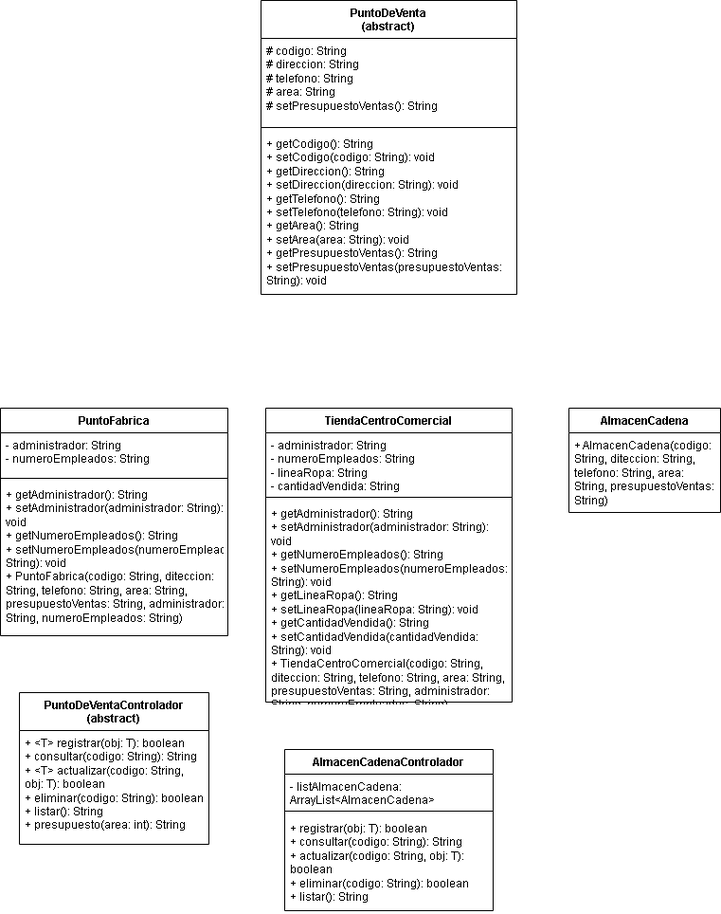
AngelDavidGutierrez/TallerFinalPunto3 keeps this draw.io diagram as TallerFinalPunto3.drawio.png. Above is the earlier version. Source tidied: cells renumbered, new cells last; positions are measured from the earlier drawing's top-left corner, leaving out a move shared by most shapes.
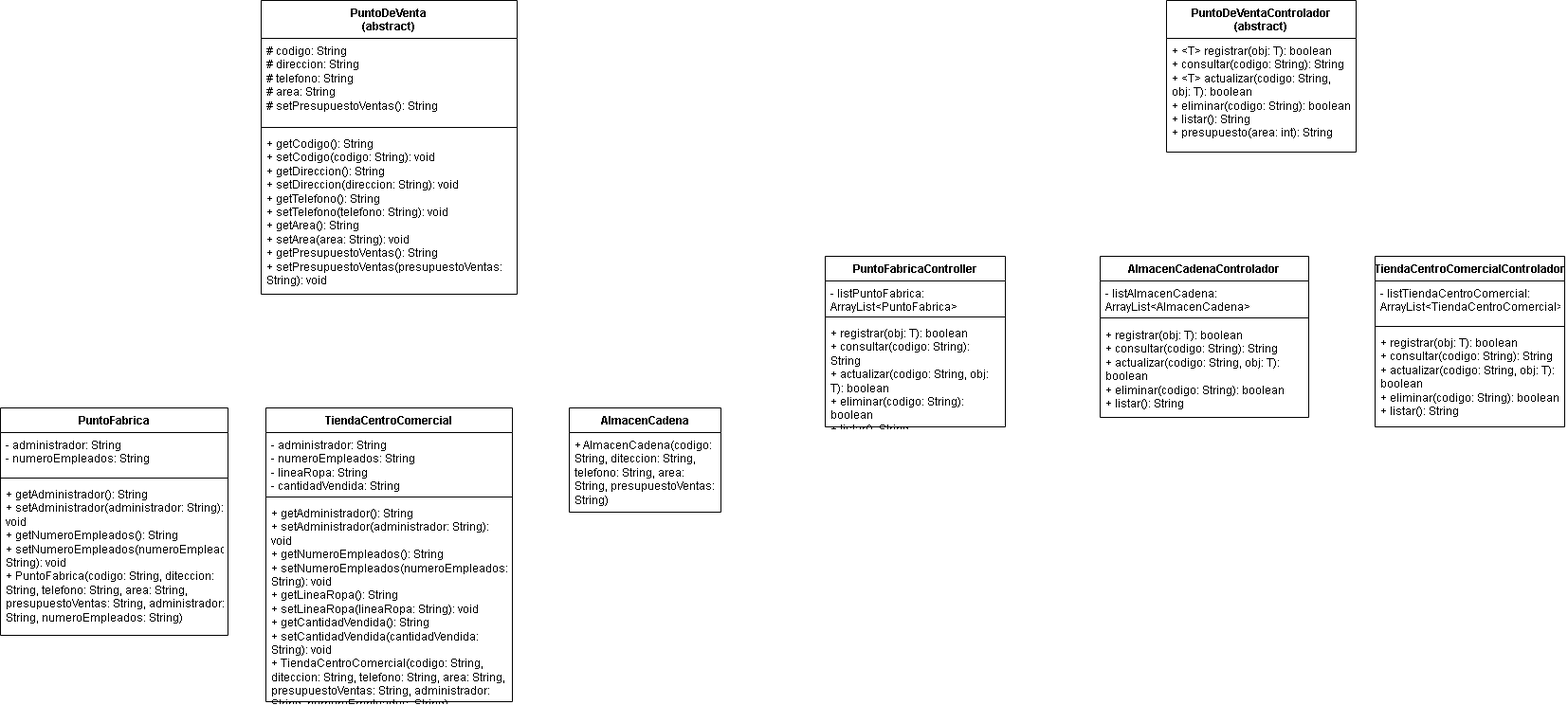
Later version of the same file.

Change to the diagram source:
```diff
@@ -45,13 +45,13 @@
       <mxGeometry y="78" width="240" height="162" as="geometry" />
     </mxCell>
     <mxCell id="16" value="PuntoDeVentaControlador&lt;div&gt;(abstract)&lt;/div&gt;" style="swimlane;fontStyle=1;align=center;verticalAlign=top;horizontal=1;startSize=40;whiteSpace=wrap;html=1;" parent="1" vertex="1">
-      <mxGeometry x="20" y="730" width="200" height="160" as="geometry" />
+      <mxGeometry x="1230" width="200" height="160" as="geometry" />
     </mxCell>
     <mxCell id="17" value="+ &amp;lt;T&amp;gt; registrar(obj: T): boolean&lt;div&gt;+ consultar(codigo: String): String&lt;/div&gt;&lt;div&gt;+ &amp;lt;T&amp;gt; actualizar(codigo: String, obj: T): boolean&lt;/div&gt;&lt;div&gt;+&amp;nbsp;eliminar(codigo: String): boolean&lt;/div&gt;&lt;div&gt;+&amp;nbsp;listar(): String&lt;/div&gt;&lt;div&gt;+&amp;nbsp;presupuesto(area: int): String&lt;/div&gt;" style="text;strokeColor=none;fillColor=none;align=left;verticalAlign=top;spacingLeft=4;spacingRight=4;overflow=hidden;whiteSpace=wrap;html=1;" parent="16" vertex="1">
       <mxGeometry y="40" width="200" height="120" as="geometry" />
     </mxCell>
     <mxCell id="18" value="AlmacenCadenaControlador" style="swimlane;fontStyle=1;align=center;verticalAlign=top;horizontal=1;startSize=26;whiteSpace=wrap;html=1;" parent="1" vertex="1">
-      <mxGeometry x="300" y="790" width="220" height="170" as="geometry" />
+      <mxGeometry x="1160" y="270" width="220" height="170" as="geometry" />
     </mxCell>
     <mxCell id="19" value="-&amp;nbsp;listAlmacenCadena: ArrayList&amp;lt;AlmacenCadena&amp;gt;" style="text;strokeColor=none;fillColor=none;align=left;verticalAlign=top;spacingLeft=4;spacingRight=4;overflow=hidden;whiteSpace=wrap;html=1;" parent="18" vertex="1">
       <mxGeometry y="26" width="220" height="34" as="geometry" />
@@ -62,5 +62,29 @@
     <mxCell id="21" value="+&amp;nbsp;registrar(obj: T): boolean&lt;div&gt;+&amp;nbsp;consultar(codigo: String): String&lt;/div&gt;&lt;div&gt;+&amp;nbsp;actualizar(codigo: String, obj: T): boolean&lt;/div&gt;&lt;div&gt;+&amp;nbsp;eliminar(codigo: String): boolean&lt;/div&gt;&lt;div&gt;+&amp;nbsp;listar(): String&lt;/div&gt;" style="text;strokeColor=none;fillColor=none;align=left;verticalAlign=top;spacingLeft=4;spacingRight=4;overflow=hidden;whiteSpace=wrap;html=1;" parent="18" vertex="1">
       <mxGeometry y="70" width="220" height="100" as="geometry" />
     </mxCell>
+    <mxCell id="22" value="TiendaCentroComercialControlador" style="swimlane;fontStyle=1;align=center;verticalAlign=top;horizontal=1;startSize=26;whiteSpace=wrap;html=1;" parent="1" vertex="1">
+      <mxGeometry x="1450" y="270" width="200" height="180" as="geometry" />
+    </mxCell>
+    <mxCell id="23" value="-&amp;nbsp;listTiendaCentroComercial: ArrayList&amp;lt;TiendaCentroComercial&amp;gt;" style="text;strokeColor=none;fillColor=none;align=left;verticalAlign=top;spacingLeft=4;spacingRight=4;overflow=hidden;whiteSpace=wrap;html=1;" parent="22" vertex="1">
+      <mxGeometry y="26" width="200" height="44" as="geometry" />
+    </mxCell>
+    <mxCell id="24" style="line;strokeWidth=1;fillColor=none;align=left;verticalAlign=middle;spacingTop=-1;spacingLeft=3;spacingRight=3;labelPosition=right;strokeColor=inherit;" parent="22" vertex="1">
+      <mxGeometry y="70" width="200" height="8" as="geometry" />
+    </mxCell>
+    <mxCell id="25" value="+&amp;nbsp;registrar(obj: T): boolean&lt;div&gt;+&amp;nbsp;consultar(codigo: String): String&lt;/div&gt;&lt;div&gt;+&amp;nbsp;actualizar(codigo: String, obj: T): boolean&lt;/div&gt;&lt;div&gt;+&amp;nbsp;eliminar(codigo: String): boolean&lt;/div&gt;&lt;div&gt;+&amp;nbsp;listar(): String&lt;/div&gt;" style="text;strokeColor=none;fillColor=none;align=left;verticalAlign=top;spacingLeft=4;spacingRight=4;overflow=hidden;whiteSpace=wrap;html=1;" parent="22" vertex="1">
+      <mxGeometry y="78" width="200" height="102" as="geometry" />
+    </mxCell>
+    <mxCell id="26" value="PuntoFabricaController" style="swimlane;fontStyle=1;align=center;verticalAlign=top;horizontal=1;startSize=26;whiteSpace=wrap;html=1;" parent="1" vertex="1">
+      <mxGeometry x="870" y="270" width="190" height="180" as="geometry" />
+    </mxCell>
+    <mxCell id="27" value="-&amp;nbsp;listPuntoFabrica: ArrayList&amp;lt;PuntoFabrica&amp;gt;" style="text;strokeColor=none;fillColor=none;align=left;verticalAlign=top;spacingLeft=4;spacingRight=4;overflow=hidden;whiteSpace=wrap;html=1;" parent="26" vertex="1">
+      <mxGeometry y="26" width="190" height="34" as="geometry" />
+    </mxCell>
+    <mxCell id="28" style="line;strokeWidth=1;fillColor=none;align=left;verticalAlign=middle;spacingTop=-1;spacingLeft=3;spacingRight=3;labelPosition=right;strokeColor=inherit;" parent="26" vertex="1">
+      <mxGeometry y="60" width="190" height="8" as="geometry" />
+    </mxCell>
+    <mxCell id="29" value="+&amp;nbsp;registrar(obj: T): boolean&lt;div&gt;+&amp;nbsp;consultar(codigo: String): String&lt;/div&gt;&lt;div&gt;+&amp;nbsp;actualizar(codigo: String, obj: T): boolean&lt;/div&gt;&lt;div&gt;+&amp;nbsp;eliminar(codigo: String): boolean&lt;/div&gt;&lt;div&gt;+&amp;nbsp;listar(): String&lt;/div&gt;" style="text;strokeColor=none;fillColor=none;align=left;verticalAlign=top;spacingLeft=4;spacingRight=4;overflow=hidden;whiteSpace=wrap;html=1;" parent="26" vertex="1">
+      <mxGeometry y="68" width="190" height="112" as="geometry" />
+    </mxCell>
   </root>
 </mxGraphModel>
```
